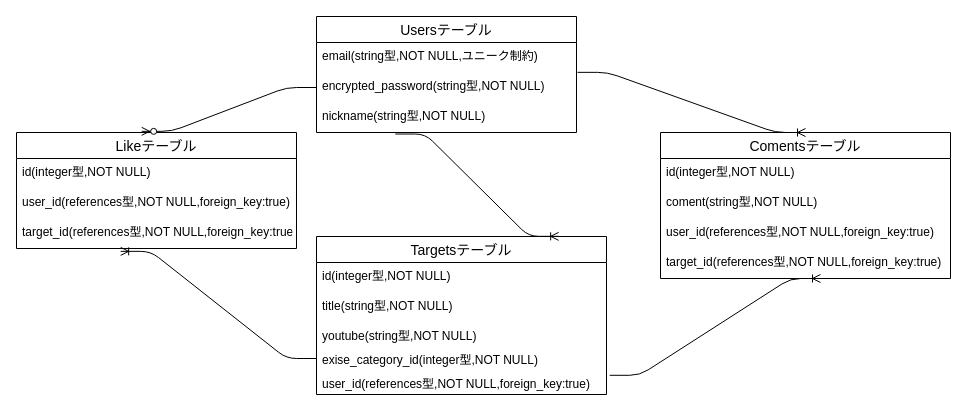
The draw.io diagram erp.dio in sea-yassan33/enjex, before the edit. Source tidied: cells renumbered, new cells numbered last; positions are measured from the earlier drawing's top-left corner, leaving out a move shared by most shapes. Both pictures are drawn from the tidied source at 100%, with x=0, y=0 at pixel (16, 16).
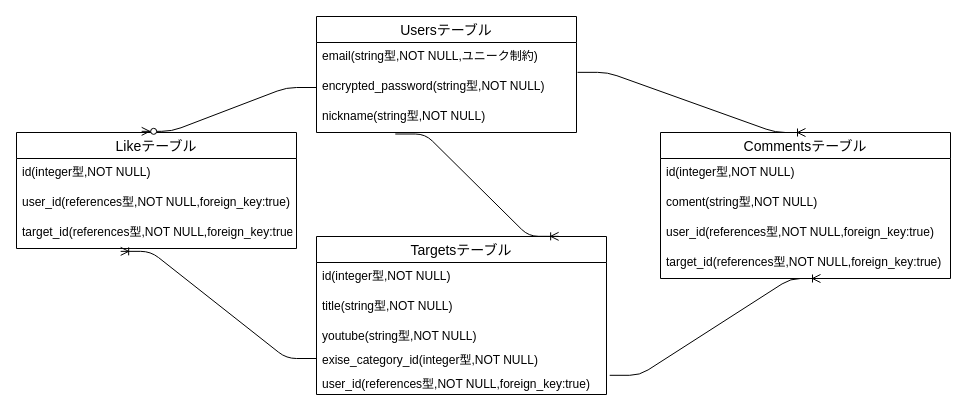
The same diagram, later.

Change to the diagram source:
```diff
@@
-    <mxCell id="12" value="Comentsテーブル" style="swimlane;fontStyle=0;horizontal=1;startSize=26;align=center;fontSize=14;" parent="1" vertex="1">
+    <mxCell id="12" value="Commentsテーブル" style="swimlane;fontStyle=0;horizontal=1;startSize=26;align=center;fontSize=14;" parent="1" vertex="1">
       <mxGeometry x="644" y="116" width="290" height="146" as="geometry" />
     </mxCell>
```
